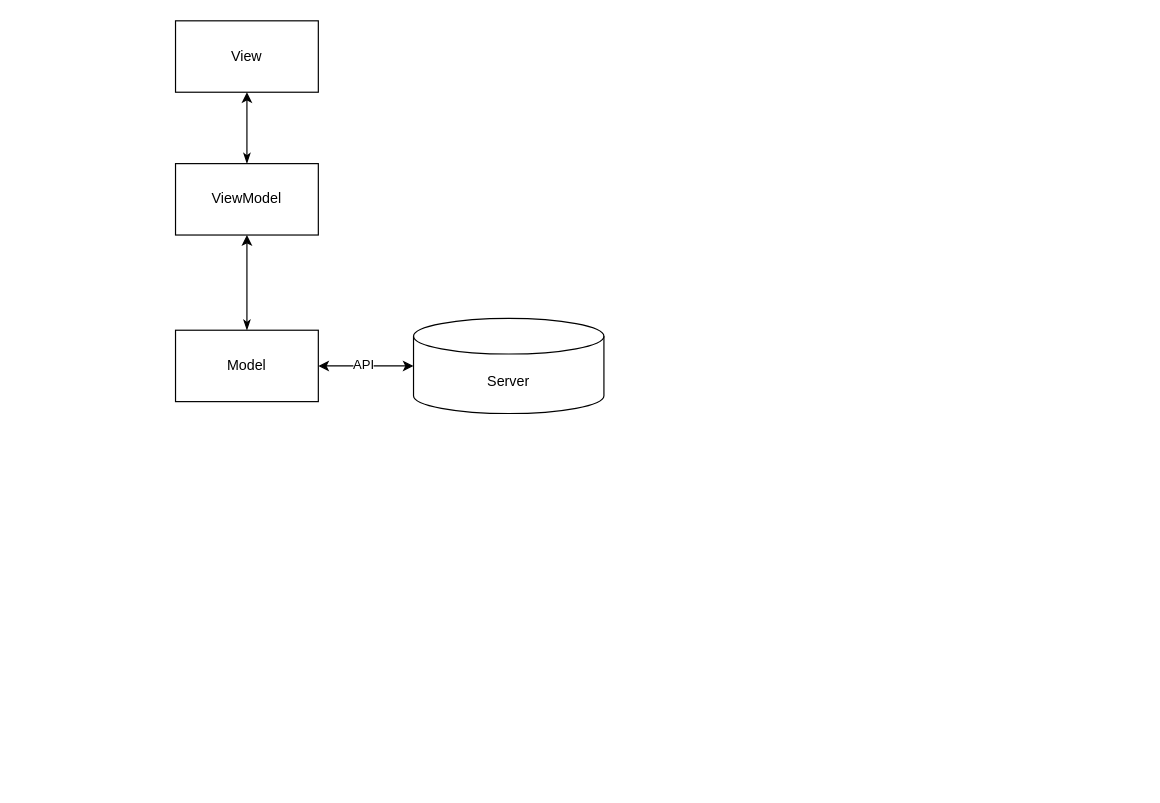
Before: Documents/Diagrams/Untitled Diagram.drawio in ermaolaoye/Basic-Diet, a draw.io diagram. Source tidied: cells renumbered, new cells numbered last; positions are measured from the earlier drawing's top-left corner, leaving out a move shared by most shapes. Both pictures are drawn from the tidied source at 119%, with x=0, y=0 at pixel (175, 20).
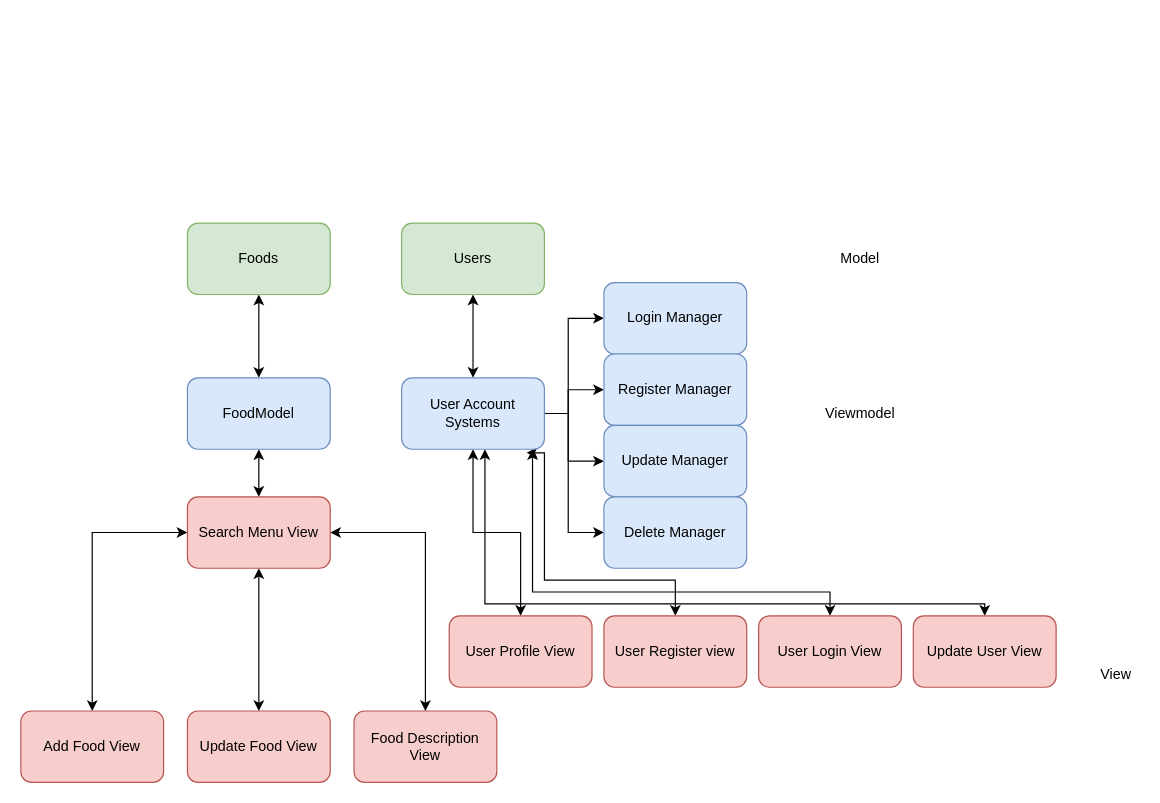
The same page after the edit.

The edit, as a diff of the source:
```diff
@@
+    <mxCell id="10" style="edgeStyle=orthogonalEdgeStyle;rounded=0;jettySize=auto;html=1;exitX=0.5;exitY=1;exitDx=0;exitDy=0;entryX=0.5;entryY=0;entryDx=0;entryDy=0;startArrow=classic;startFill=1;" parent="1" edge="1" source="11" target="15">
+      <mxGeometry relative="1" as="geometry" />
+    </mxCell>
+    <mxCell id="11" value="Foods" style="rounded=1;whiteSpace=wrap;html=1;fillColor=#d5e8d4;strokeColor=#82b366;" parent="1" vertex="1">
+      <mxGeometry x="10" y="170" width="120" height="60" as="geometry" />
+    </mxCell>
+    <mxCell id="12" style="edgeStyle=orthogonalEdgeStyle;rounded=0;jettySize=auto;html=1;startArrow=classic;startFill=1;" parent="1" edge="1" source="13" target="24">
+      <mxGeometry relative="1" as="geometry" />
+    </mxCell>
+    <mxCell id="13" value="Users" style="rounded=1;whiteSpace=wrap;html=1;fillColor=#d5e8d4;strokeColor=#82b366;" parent="1" vertex="1">
+      <mxGeometry x="190" y="170" width="120" height="60" as="geometry" />
+    </mxCell>
+    <mxCell id="6" value="Model" style="text;html=1;align=center;verticalAlign=middle;points=[];" parent="1" vertex="1">
+      <mxGeometry x="550" y="190" width="50" height="20" as="geometry" />
+    </mxCell>
+    <mxCell id="14" style="edgeStyle=orthogonalEdgeStyle;rounded=0;jettySize=auto;html=1;exitX=0.5;exitY=1;exitDx=0;exitDy=0;entryX=0.5;entryY=0;entryDx=0;entryDy=0;startArrow=classic;startFill=1;" parent="1" edge="1" source="15" target="34">
+      <mxGeometry relative="1" as="geometry" />
+    </mxCell>
+    <mxCell id="15" value="FoodModel" style="rounded=1;whiteSpace=wrap;html=1;fillColor=#dae8fc;strokeColor=#6c8ebf;" parent="1" vertex="1">
+      <mxGeometry x="10" y="300" width="120" height="60" as="geometry" />
+    </mxCell>
+    <mxCell id="16" style="edgeStyle=orthogonalEdgeStyle;rounded=0;jettySize=auto;html=1;entryX=0;entryY=0.5;entryDx=0;entryDy=0;startArrow=none;startFill=0;" parent="1" edge="1" source="24" target="25">
+      <mxGeometry relative="1" as="geometry">
+        <Array as="points">
+          <mxPoint x="330" y="330" />
+          <mxPoint x="330" y="250" />
+        </Array>
+      </mxGeometry>
+    </mxCell>
+    <mxCell id="17" style="edgeStyle=orthogonalEdgeStyle;rounded=0;jettySize=auto;html=1;entryX=0;entryY=0.5;entryDx=0;entryDy=0;startArrow=none;startFill=0;" parent="1" edge="1" source="24" target="26">
+      <mxGeometry relative="1" as="geometry">
+        <Array as="points">
+          <mxPoint x="330" y="330" />
+          <mxPoint x="330" y="310" />
+        </Array>
+      </mxGeometry>
+    </mxCell>
+    <mxCell id="18" style="edgeStyle=orthogonalEdgeStyle;rounded=0;jettySize=auto;html=1;startArrow=none;startFill=0;" parent="1" edge="1" source="24" target="27">
+      <mxGeometry relative="1" as="geometry">
+        <Array as="points">
+          <mxPoint x="330" y="330" />
+          <mxPoint x="330" y="370" />
+        </Array>
+      </mxGeometry>
+    </mxCell>
+    <mxCell id="19" style="edgeStyle=orthogonalEdgeStyle;rounded=0;jettySize=auto;html=1;entryX=0;entryY=0.5;entryDx=0;entryDy=0;startArrow=none;startFill=0;" parent="1" edge="1" source="24" target="28">
+      <mxGeometry relative="1" as="geometry">
+        <Array as="points">
+          <mxPoint x="330" y="330" />
+          <mxPoint x="330" y="430" />
+        </Array>
+      </mxGeometry>
+    </mxCell>
+    <mxCell id="20" style="edgeStyle=orthogonalEdgeStyle;rounded=0;jettySize=auto;html=1;startArrow=classic;startFill=1;" parent="1" edge="1" source="24" target="35">
+      <mxGeometry relative="1" as="geometry" />
+    </mxCell>
+    <mxCell id="21" style="edgeStyle=orthogonalEdgeStyle;rounded=0;jettySize=auto;html=1;entryX=0.5;entryY=0;entryDx=0;entryDy=0;startArrow=classic;startFill=1;exitX=0.875;exitY=1.05;exitDx=0;exitDy=0;exitPerimeter=0;" parent="1" edge="1" source="24" target="36">
+      <mxGeometry relative="1" as="geometry">
+        <Array as="points">
+          <mxPoint x="310" y="363" />
+          <mxPoint x="310" y="470" />
+          <mxPoint x="420" y="470" />
+        </Array>
+      </mxGeometry>
+    </mxCell>
+    <mxCell id="22" style="edgeStyle=orthogonalEdgeStyle;rounded=0;jettySize=auto;html=1;startArrow=classic;startFill=1;entryX=0.5;entryY=0;entryDx=0;entryDy=0;" parent="1" edge="1" source="24" target="37">
+      <mxGeometry relative="1" as="geometry">
+        <Array as="points">
+          <mxPoint x="300" y="480" />
+          <mxPoint x="550" y="480" />
+        </Array>
+      </mxGeometry>
+    </mxCell>
+    <mxCell id="23" style="edgeStyle=orthogonalEdgeStyle;rounded=0;jettySize=auto;html=1;startArrow=classic;startFill=1;" parent="1" edge="1" source="24" target="40">
+      <mxGeometry relative="1" as="geometry">
+        <Array as="points">
+          <mxPoint x="260" y="490" />
+          <mxPoint x="680" y="490" />
+        </Array>
+      </mxGeometry>
+    </mxCell>
+    <mxCell id="24" value="User Account Systems" style="rounded=1;whiteSpace=wrap;html=1;fillColor=#dae8fc;strokeColor=#6c8ebf;" parent="1" vertex="1">
+      <mxGeometry x="190" y="300" width="120" height="60" as="geometry" />
+    </mxCell>
+    <mxCell id="25" value="Login Manager" style="rounded=1;whiteSpace=wrap;html=1;fillColor=#dae8fc;strokeColor=#6c8ebf;" parent="1" vertex="1">
+      <mxGeometry x="360" y="220" width="120" height="60" as="geometry" />
+    </mxCell>
+    <mxCell id="26" value="Register Manager" style="rounded=1;whiteSpace=wrap;html=1;fillColor=#dae8fc;strokeColor=#6c8ebf;" parent="1" vertex="1">
+      <mxGeometry x="360" y="280" width="120" height="60" as="geometry" />
+    </mxCell>
+    <mxCell id="27" value="Update Manager" style="rounded=1;whiteSpace=wrap;html=1;fillColor=#dae8fc;strokeColor=#6c8ebf;" parent="1" vertex="1">
+      <mxGeometry x="360" y="340" width="120" height="60" as="geometry" />
+    </mxCell>
+    <mxCell id="28" value="Delete Manager" style="rounded=1;whiteSpace=wrap;html=1;fillColor=#dae8fc;strokeColor=#6c8ebf;" parent="1" vertex="1">
+      <mxGeometry x="360" y="400" width="120" height="60" as="geometry" />
+    </mxCell>
+    <mxCell id="29" value="Viewmodel" style="text;html=1;align=center;verticalAlign=middle;" parent="1" vertex="1">
+      <mxGeometry x="540" y="320" width="70" height="20" as="geometry" />
+    </mxCell>
+    <mxCell id="30" value="Food Description View" style="rounded=1;whiteSpace=wrap;html=1;fillColor=#f8cecc;strokeColor=#b85450;" parent="1" vertex="1">
+      <mxGeometry x="150" y="580" width="120" height="60" as="geometry" />
+    </mxCell>
+    <mxCell id="31" style="edgeStyle=orthogonalEdgeStyle;rounded=0;jettySize=auto;html=1;startArrow=classic;startFill=1;" parent="1" edge="1" source="34" target="38">
+      <mxGeometry relative="1" as="geometry" />
+    </mxCell>
+    <mxCell id="32" style="edgeStyle=orthogonalEdgeStyle;rounded=0;jettySize=auto;html=1;startArrow=classic;startFill=1;" parent="1" edge="1" source="34" target="39">
+      <mxGeometry relative="1" as="geometry" />
+    </mxCell>
+    <mxCell id="33" style="edgeStyle=orthogonalEdgeStyle;rounded=0;jettySize=auto;html=1;entryX=0.5;entryY=0;entryDx=0;entryDy=0;startArrow=classic;startFill=1;" parent="1" edge="1" source="34" target="30">
+      <mxGeometry relative="1" as="geometry" />
+    </mxCell>
+    <mxCell id="34" value="Search Menu View" style="rounded=1;whiteSpace=wrap;html=1;fillColor=#f8cecc;strokeColor=#b85450;" parent="1" vertex="1">
+      <mxGeometry x="10" y="400" width="120" height="60" as="geometry" />
+    </mxCell>
+    <mxCell id="35" value="User Profile View" style="rounded=1;whiteSpace=wrap;html=1;fillColor=#f8cecc;strokeColor=#b85450;" parent="1" vertex="1">
+      <mxGeometry x="230" y="500" width="120" height="60" as="geometry" />
+    </mxCell>
+    <mxCell id="36" value="User Register view" style="rounded=1;whiteSpace=wrap;html=1;fillColor=#f8cecc;strokeColor=#b85450;" parent="1" vertex="1">
+      <mxGeometry x="360" y="500" width="120" height="60" as="geometry" />
+    </mxCell>
+    <mxCell id="37" value="User Login View" style="rounded=1;whiteSpace=wrap;html=1;fillColor=#f8cecc;strokeColor=#b85450;" parent="1" vertex="1">
+      <mxGeometry x="490" y="500" width="120" height="60" as="geometry" />
+    </mxCell>
+    <mxCell id="38" value="Update Food View" style="rounded=1;whiteSpace=wrap;html=1;fillColor=#f8cecc;strokeColor=#b85450;" parent="1" vertex="1">
+      <mxGeometry x="10" y="580" width="120" height="60" as="geometry" />
+    </mxCell>
+    <mxCell id="39" value="Add Food View" style="rounded=1;whiteSpace=wrap;html=1;fillColor=#f8cecc;strokeColor=#b85450;" parent="1" vertex="1">
+      <mxGeometry x="-130" y="580" width="120" height="60" as="geometry" />
+    </mxCell>
+    <mxCell id="40" value="Update User View" style="rounded=1;whiteSpace=wrap;html=1;fillColor=#f8cecc;strokeColor=#b85450;" parent="1" vertex="1">
+      <mxGeometry x="620" y="500" width="120" height="60" as="geometry" />
+    </mxCell>
-    <mxCell id="2" value="View" style="rounded=0;whiteSpace=wrap;html=1;" parent="1" vertex="1">
-      <mxGeometry width="120" height="60" as="geometry" />
+    <mxCell id="2" value="View" style="text;html=1;align=center;verticalAlign=middle;points=[];" parent="1" vertex="1">
+      <mxGeometry x="770" y="540" width="40" height="20" as="geometry" />
     </mxCell>
-    <mxCell id="3" style="edgeStyle=orthogonalEdgeStyle;rounded=0;jettySize=auto;html=1;entryX=0.5;entryY=1;entryDx=0;entryDy=0;startArrow=classicThin;startFill=1;" parent="1" edge="1" source="4" target="2">
-      <mxGeometry relative="1" as="geometry" />
-    </mxCell>
-    <mxCell id="4" value="ViewModel" style="rounded=0;whiteSpace=wrap;html=1;" parent="1" vertex="1">
-      <mxGeometry y="120" width="120" height="60" as="geometry" />
-    </mxCell>
-    <mxCell id="5" style="edgeStyle=orthogonalEdgeStyle;rounded=0;jettySize=auto;html=1;entryX=0.5;entryY=1;entryDx=0;entryDy=0;startArrow=classicThin;startFill=1;" parent="1" edge="1" source="6" target="4">
-      <mxGeometry relative="1" as="geometry" />
-    </mxCell>
-    <mxCell id="6" value="Model" style="rounded=0;whiteSpace=wrap;html=1;" parent="1" vertex="1">
-      <mxGeometry y="260" width="120" height="60" as="geometry" />
-    </mxCell>
-    <mxCell id="7" value="Server" style="shape=cylinder3;whiteSpace=wrap;html=1;boundedLbl=1;backgroundOutline=1;size=15;" parent="1" vertex="1">
-      <mxGeometry x="200" y="250" width="160" height="80" as="geometry" />
-    </mxCell>
-    <mxCell id="8" style="endArrow=classic;startArrow=classic;html=1;exitX=1;exitY=0.5;exitDx=0;exitDy=0;entryX=0;entryY=0.5;entryDx=0;entryDy=0;entryPerimeter=0;" parent="1" edge="1" source="6" target="7">
-      <mxGeometry relative="1" as="geometry" />
-    </mxCell>
-    <mxCell id="9" value="API" style="edgeLabel;html=1;align=center;verticalAlign=middle;" parent="8" vertex="1">
-      <mxGeometry x="-0.07" y="2" relative="1" as="geometry" />
-    </mxCell>
```
